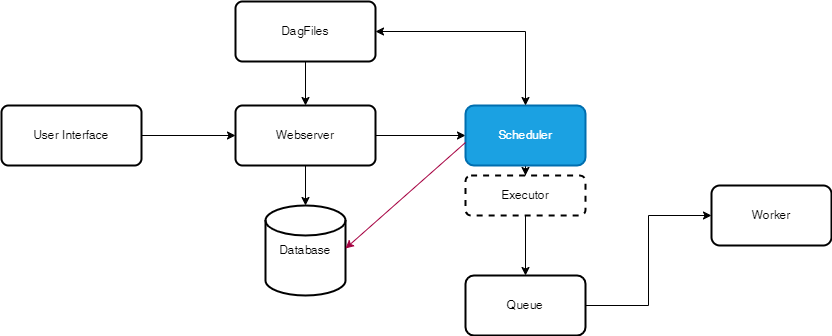
This is images/diagrama-airflow.png from llucasgregorio/dre-3-test, a draw.io export, as it was before one commit. Source tidied: cells renumbered, new cells last; positions are measured from the earlier drawing's top-left corner, leaving out a move shared by most shapes.
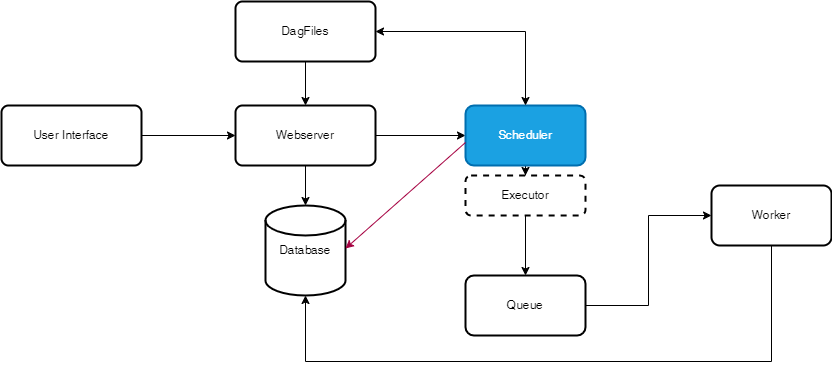
Above is the later version.

Commit message:
fix: Ajustado diagrama de airflow

Diff of the diagram source:
```diff
@@ -60,5 +60,13 @@
         </Array>
       </mxGeometry>
     </mxCell>
+    <mxCell id="19" style="edgeStyle=orthogonalEdgeStyle;rounded=0;jettySize=auto;html=1;entryX=0.5;entryY=1;entryDx=0;entryDy=0;entryPerimeter=0;" parent="1" edge="1" source="12" target="13">
+      <mxGeometry relative="1" as="geometry">
+        <Array as="points">
+          <mxPoint x="770" y="360" />
+          <mxPoint x="304" y="360" />
+        </Array>
+      </mxGeometry>
+    </mxCell>
   </root>
 </mxGraphModel>
```
